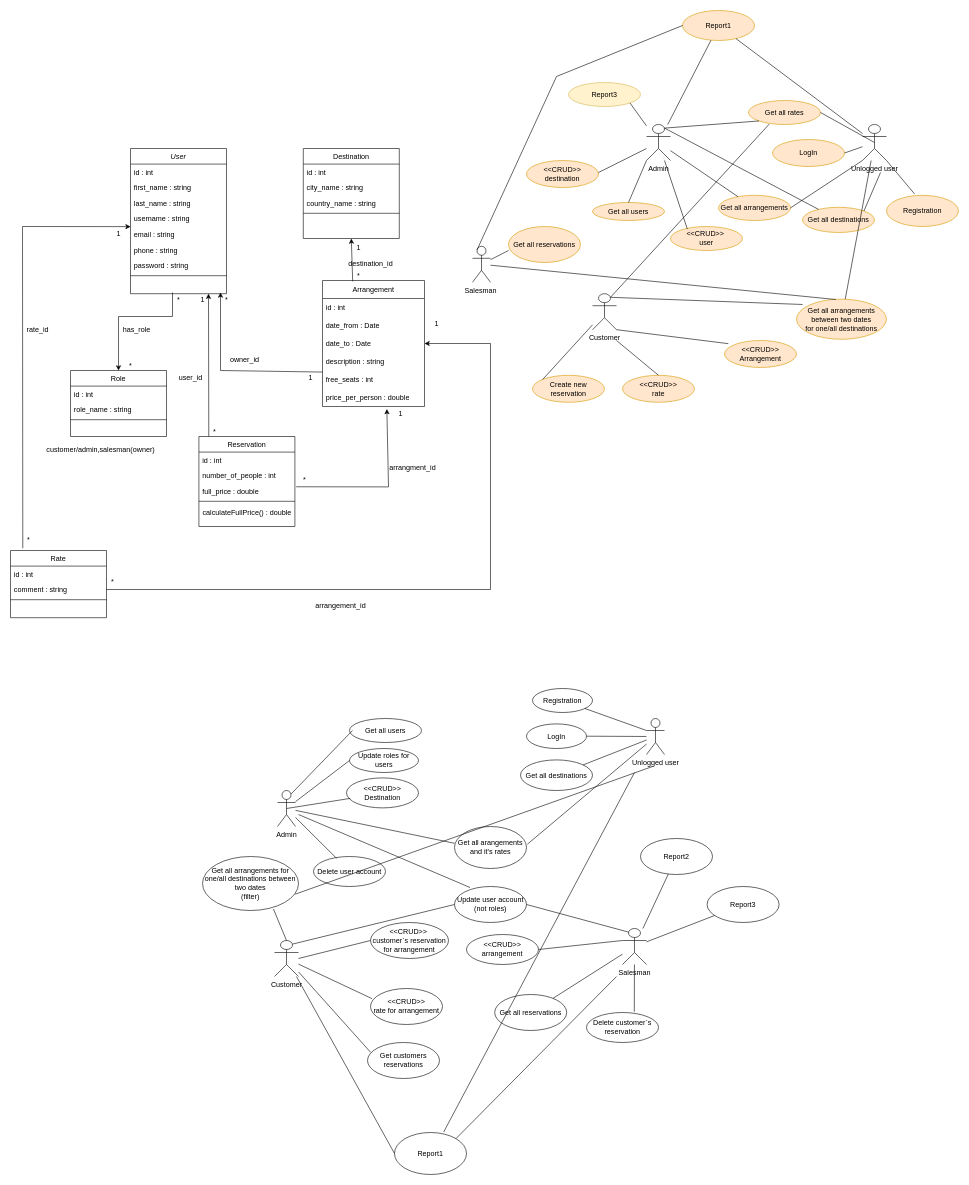
Before: TravelAgency.drawio in tamarazubac/TravelAgency, a draw.io diagram. Source tidied: cells renumbered, new cells numbered last; positions are measured from the earlier drawing's top-left corner, leaving out a move shared by most shapes. Both pictures are drawn from the tidied source at 60%, with x=0, y=0 at pixel (10, 10).
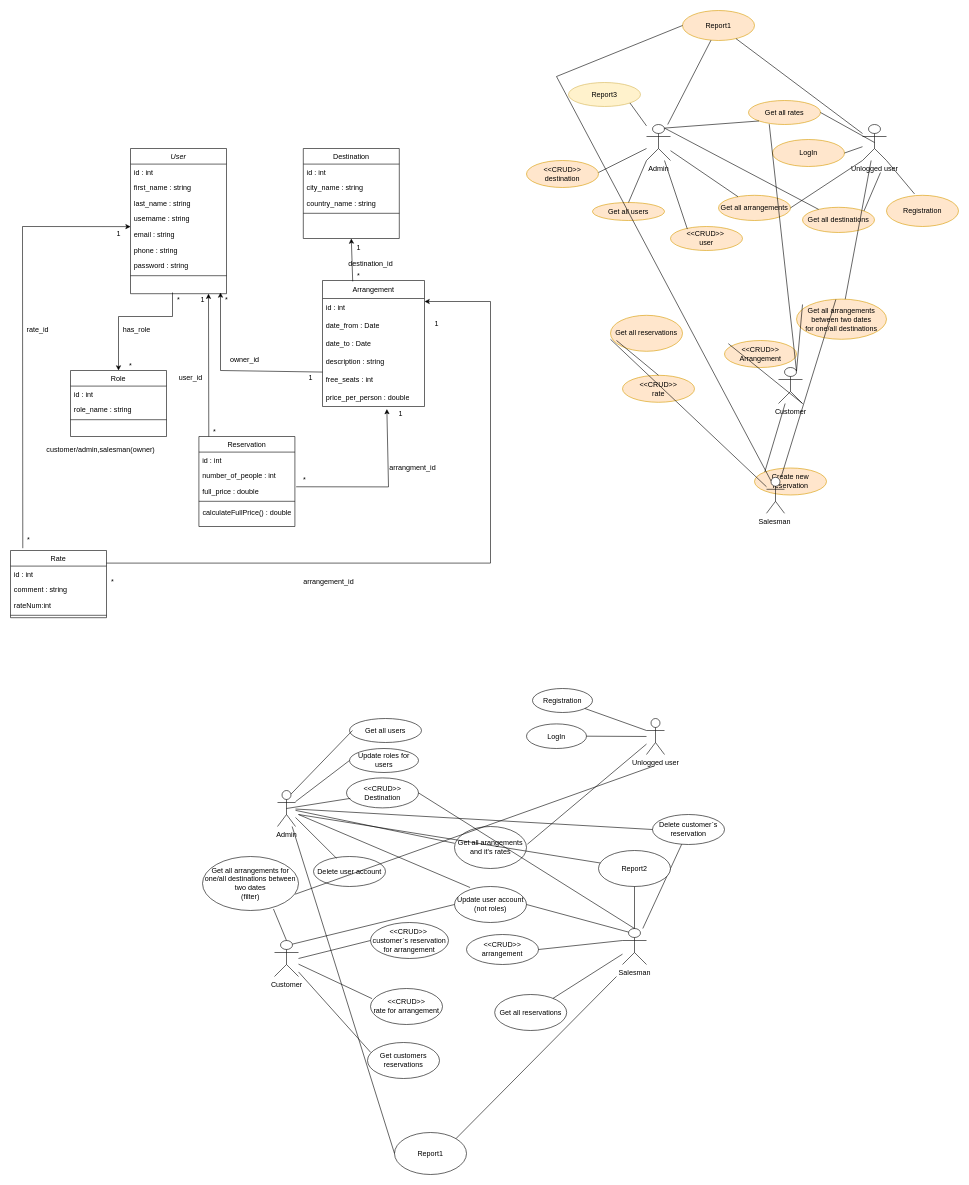
The same diagram, later.

The change refers to these unchanged cells:
```xml
<mxCell id="26" value="date_to : Date" style="text;strokeColor=none;fillColor=none;align=left;verticalAlign=middle;spacingLeft=4;spacingRight=4;overflow=hidden;points=[[0,0.5],[1,0.5]];portConstraint=eastwest;whiteSpace=wrap;html=1;" parent="23" vertex="1">
  <mxGeometry y="90" width="170" height="30" as="geometry" />
</mxCell>
<mxCell id="53" value="Rate" style="swimlane;fontStyle=0;align=center;verticalAlign=top;horizontal=1;startSize=26;rounded=0;shadow=0;strokeWidth=1;" parent="1" vertex="1">
  <mxGeometry y="900" width="160" height="112" as="geometry" />
</mxCell>
<mxCell id="108" value="Admin&lt;div&gt;&lt;br&gt;&lt;/div&gt;" style="shape=umlActor;verticalLabelPosition=bottom;verticalAlign=top;html=1;outlineConnect=0;" parent="1" vertex="1">
  <mxGeometry x="445" y="1300" width="30" height="60" as="geometry" />
</mxCell>
<mxCell id="111" value="&amp;lt;&amp;lt;CRUD&amp;gt;&amp;gt;&lt;div&gt;Destination&lt;/div&gt;" style="ellipse;whiteSpace=wrap;html=1;" parent="1" vertex="1">
  <mxGeometry x="560" y="1279" width="120" height="50" as="geometry" />
</mxCell>
<mxCell id="117" value="Unlogged user" style="shape=umlActor;verticalLabelPosition=bottom;verticalAlign=top;html=1;outlineConnect=0;" parent="1" vertex="1">
  <mxGeometry x="1060" y="1180" width="30" height="60" as="geometry" />
</mxCell>
<mxCell id="127" value="Customer" style="shape=umlActor;verticalLabelPosition=bottom;verticalAlign=top;html=1;outlineConnect=0;" parent="1" vertex="1">
  <mxGeometry x="440" y="1550" width="40" height="60" as="geometry" />
</mxCell>
<mxCell id="135" value="Salesman" style="shape=umlActor;verticalLabelPosition=bottom;verticalAlign=top;html=1;outlineConnect=0;" parent="1" vertex="1">
  <mxGeometry x="1020" y="1530" width="40" height="60" as="geometry" />
</mxCell>
<mxCell id="148" value="Report1" style="ellipse;whiteSpace=wrap;html=1;" parent="1" vertex="1">
  <mxGeometry x="640" y="1870" width="120" height="70" as="geometry" />
</mxCell>
```

Diff of the diagram source:
```diff
@@
+    <mxCell id="156" value="comment : string" style="text;align=left;verticalAlign=top;spacingLeft=4;spacingRight=4;overflow=hidden;rounded=0;shadow=0;html=0;" parent="53" vertex="1">
+      <mxGeometry y="52" width="160" height="26" as="geometry" />
+    </mxCell>
-    <mxCell id="55" value="comment : string" style="text;align=left;verticalAlign=top;spacingLeft=4;spacingRight=4;overflow=hidden;points=[[0,0.5],[1,0.5]];portConstraint=eastwest;rounded=0;shadow=0;html=0;" parent="53" vertex="1">
-      <mxGeometry y="52" width="160" height="26" as="geometry" />
+    <mxCell id="55" value="rateNum:int" style="text;align=left;verticalAlign=top;spacingLeft=4;spacingRight=4;overflow=hidden;points=[[0,0.5],[1,0.5]];portConstraint=eastwest;rounded=0;shadow=0;html=0;" parent="53" vertex="1">
+      <mxGeometry y="78" width="160" height="26" as="geometry" />
     </mxCell>
     <mxCell id="56" style="line;html=1;strokeWidth=1;align=left;verticalAlign=middle;spacingTop=-1;spacingLeft=3;spacingRight=3;labelPosition=right;" parent="53" vertex="1">
-      <mxGeometry y="78" width="160" height="8" as="geometry" />
+      <mxGeometry y="104" width="160" height="8" as="geometry" />
     </mxCell>
@@
-    <mxCell id="61" style="endArrow=classic;html=1;rounded=0;exitX=1;exitY=0.5;exitDx=0;exitDy=0;entryX=1;entryY=0.5;entryDx=0;entryDy=0;" parent="1" edge="1" source="55" target="26">
+    <mxCell id="61" style="endArrow=classic;html=1;rounded=0;exitX=1;exitY=0.5;exitDx=0;exitDy=0;entryX=1;entryY=0.5;entryDx=0;entryDy=0;" parent="1" edge="1">
       <mxGeometry relative="1" as="geometry">
+        <mxPoint x="160" y="921" as="sourcePoint" />
+        <mxPoint x="690" y="485" as="targetPoint" />
         <Array as="points">
-          <mxPoint x="800" y="965" />
-          <mxPoint x="800" y="555" />
+          <mxPoint x="800" y="921" />
+          <mxPoint x="800" y="485" />
         </Array>
       </mxGeometry>
     </mxCell>
@@
     <mxCell id="64" value="arrangement_id" style="text;html=1;align=center;verticalAlign=middle;strokeColor=none;fillColor=none;" parent="1" vertex="1">
-      <mxGeometry x="495" y="978" width="110" height="30" as="geometry" />
+      <mxGeometry x="475" y="938" width="110" height="30" as="geometry" />
     </mxCell>
@@
     <mxCell id="70" value="Customer" style="shape=umlActor;verticalLabelPosition=bottom;verticalAlign=top;html=1;outlineConnect=0;" parent="1" vertex="1">
-      <mxGeometry x="970" y="472" width="40" height="60" as="geometry" />
+      <mxGeometry x="1280" y="595" width="40" height="60" as="geometry" />
     </mxCell>
@@
     <mxCell id="74" value="Create new reservation" style="ellipse;whiteSpace=wrap;html=1;fillColor=#ffe6cc;strokeColor=#d79b00;" parent="1" vertex="1">
-      <mxGeometry x="870" y="608" width="120" height="45" as="geometry" />
+      <mxGeometry x="1240" y="762.5" width="120" height="45" as="geometry" />
     </mxCell>
@@
     <mxCell id="82" value="Salesman&amp;nbsp;" style="shape=umlActor;verticalLabelPosition=bottom;verticalAlign=top;html=1;outlineConnect=0;" parent="1" vertex="1">
-      <mxGeometry x="770" y="393" width="30" height="60" as="geometry" />
+      <mxGeometry x="1260" y="778" width="30" height="60" as="geometry" />
     </mxCell>
     <mxCell id="83" value="Get all reservations" style="ellipse;whiteSpace=wrap;html=1;fillColor=#ffe6cc;strokeColor=#d79b00;" parent="1" vertex="1">
-      <mxGeometry x="830" y="360" width="120" height="60" as="geometry" />
+      <mxGeometry x="1000" y="508" width="120" height="60" as="geometry" />
     </mxCell>
@@
-    <mxCell id="120" value="Get all destinations" style="ellipse;whiteSpace=wrap;html=1;" parent="1" vertex="1">
-      <mxGeometry x="850" y="1249" width="120" height="51" as="geometry" />
-    </mxCell>
@@
-    <mxCell id="123" style="endArrow=none;html=1;rounded=0;" parent="1" edge="1" source="120" target="117">
-      <mxGeometry relative="1" as="geometry" />
-    </mxCell>
@@
     <mxCell id="146" value="Delete customer`s reservation" style="ellipse;whiteSpace=wrap;html=1;" parent="1" vertex="1">
-      <mxGeometry x="960" y="1670" width="120" height="50" as="geometry" />
+      <mxGeometry x="1070" y="1340" width="120" height="50" as="geometry" />
     </mxCell>
-    <mxCell id="147" style="endArrow=none;html=1;rounded=0;exitX=0.664;exitY=-0.026;exitDx=0;exitDy=0;exitPerimeter=0;" parent="1" edge="1" source="146" target="135">
+    <mxCell id="147" style="endArrow=none;html=1;rounded=0;" parent="1" edge="1" source="146" target="135">
       <mxGeometry relative="1" as="geometry" />
     </mxCell>
@@
-    <mxCell id="149" style="endArrow=none;html=1;rounded=0;exitX=0;exitY=0.5;exitDx=0;exitDy=0;" parent="1" edge="1" source="148" target="127">
-      <mxGeometry relative="1" as="geometry" />
-    </mxCell>
@@
-    <mxCell id="151" style="endArrow=none;html=1;rounded=0;exitX=0.683;exitY=-0.011;exitDx=0;exitDy=0;exitPerimeter=0;" parent="1" edge="1" source="148">
-      <mxGeometry relative="1" as="geometry">
-        <mxPoint x="1040" y="1270" as="targetPoint" />
-      </mxGeometry>
-    </mxCell>
-    <mxCell id="152" value="Report2" style="ellipse;whiteSpace=wrap;html=1;" parent="1" vertex="1">
-      <mxGeometry x="1050" y="1380" width="120" height="60" as="geometry" />
-    </mxCell>
-    <mxCell id="153" style="endArrow=none;html=1;rounded=0;" parent="1" edge="1" source="135" target="152">
-      <mxGeometry relative="1" as="geometry" />
-    </mxCell>
-    <mxCell id="154" value="Report3" style="ellipse;whiteSpace=wrap;html=1;" parent="1" vertex="1">
-      <mxGeometry x="1161" y="1460" width="120" height="60" as="geometry" />
+    <mxCell id="154" value="Report2" style="ellipse;whiteSpace=wrap;html=1;" parent="1" vertex="1">
+      <mxGeometry x="980" y="1400" width="120" height="60" as="geometry" />
     </mxCell>
@@
+    <mxCell id="157" style="endArrow=none;html=1;rounded=0;exitX=1;exitY=0.5;exitDx=0;exitDy=0;entryX=0.5;entryY=0;entryDx=0;entryDy=0;entryPerimeter=0;" parent="1" edge="1" source="111" target="135">
+      <mxGeometry relative="1" as="geometry" />
+    </mxCell>
+    <mxCell id="158" style="endArrow=none;html=1;rounded=0;entryX=0;entryY=0.5;entryDx=0;entryDy=0;" parent="1" edge="1" source="108" target="148">
+      <mxGeometry relative="1" as="geometry" />
+    </mxCell>
+    <mxCell id="159" style="endArrow=none;html=1;rounded=0;entryX=0;entryY=0.5;entryDx=0;entryDy=0;" parent="1" edge="1" source="108" target="146">
+      <mxGeometry relative="1" as="geometry" />
+    </mxCell>
+    <mxCell id="160" style="endArrow=none;html=1;rounded=0;" parent="1" edge="1" source="154">
+      <mxGeometry relative="1" as="geometry">
+        <mxPoint x="480" y="1340" as="targetPoint" />
+      </mxGeometry>
+    </mxCell>
```
